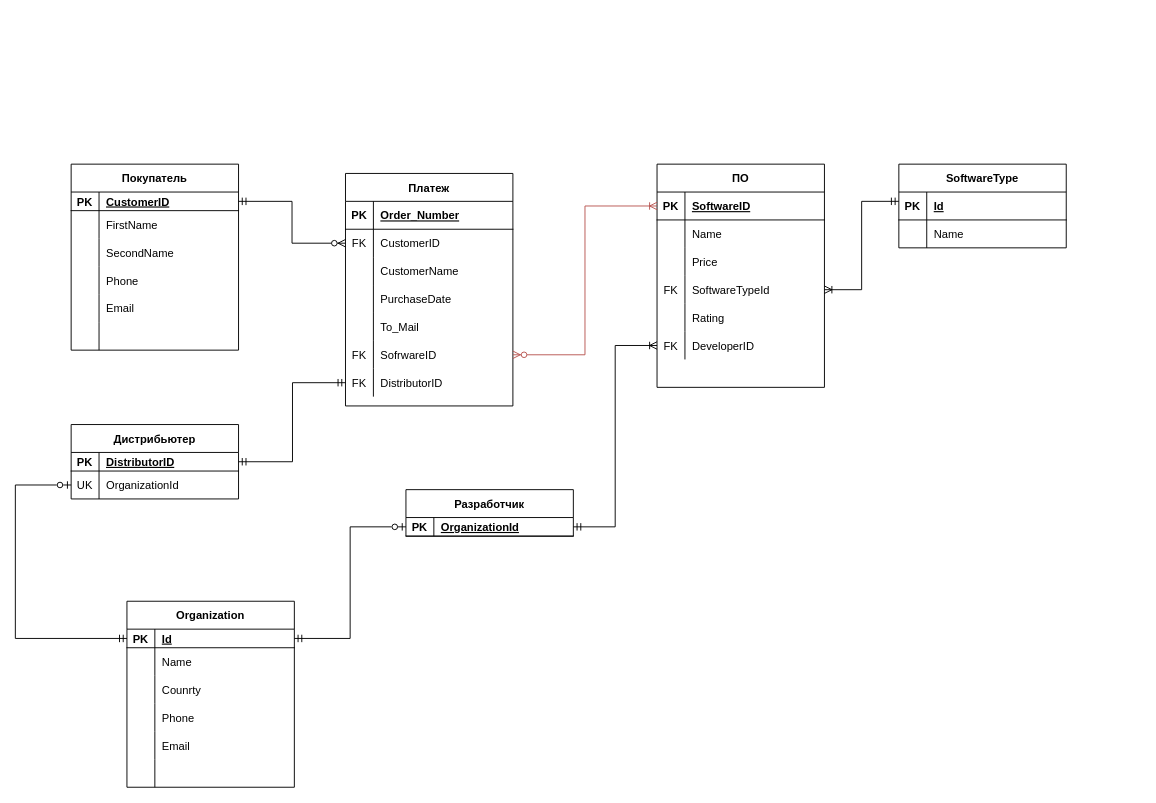
NikitaGusevZ/FirstRepository keeps this draw.io diagram as ER_Diagr.drawio. Above is the earlier version. Source tidied: cells renumbered, new cells numbered last; positions are measured from the earlier drawing's top-left corner, leaving out a move shared by most shapes. Both pictures are drawn from the tidied source at 93%, with x=0, y=0 at pixel (15, 164).
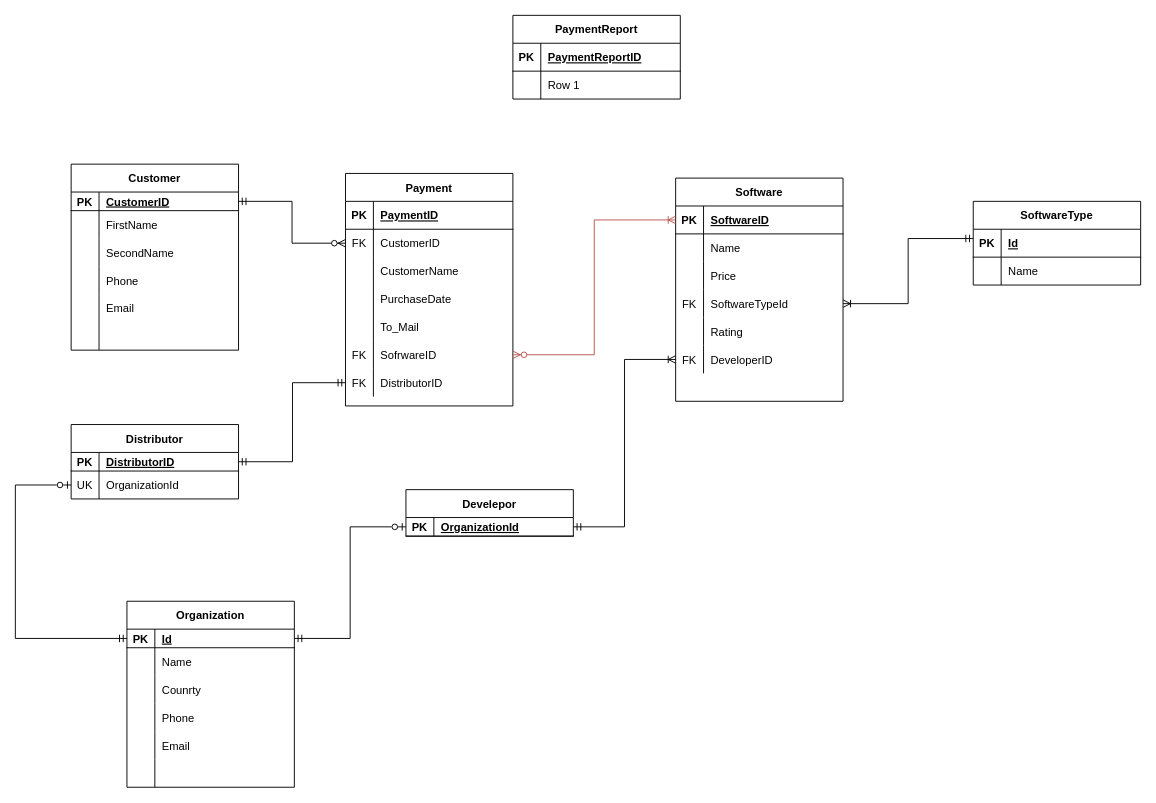
After the change.

Unchanged cells that the change refers to:
```xml
<mxCell id="41" style="shape=partialRectangle;fillColor=none;top=0;left=0;bottom=1;right=0;strokeColor=default;" parent="40" vertex="1">
  <mxGeometry y="30" width="180" height="30" as="geometry" />
</mxCell>
```

The edit, as a diff of the source:
```diff
@@
-    <mxCell id="2" value="Покупатель" style="shape=table;startSize=30;childLayout=tableLayout;rowLines=0;fontStyle=1;align=center;strokeColor=default;" parent="1" vertex="1">
+    <mxCell id="2" value="Customer" style="shape=table;startSize=30;childLayout=tableLayout;rowLines=0;fontStyle=1;align=center;strokeColor=default;" parent="1" vertex="1">
       <mxGeometry x="60" width="180" height="200" as="geometry" />
     </mxCell>
@@
-    <mxCell id="21" value="ПО" style="shape=table;startSize=30;childLayout=tableLayout;rowLines=0;fontStyle=1;align=center;strokeColor=default;" parent="1" vertex="1">
-      <mxGeometry x="690" width="180" height="240" as="geometry" />
+    <mxCell id="21" value="Software" style="shape=table;startSize=30;childLayout=tableLayout;rowLines=0;fontStyle=1;align=center;strokeColor=default;" parent="1" vertex="1">
+      <mxGeometry x="710" y="15" width="180" height="240" as="geometry" />
     </mxCell>
@@
-    <mxCell id="40" value="Платеж" style="shape=table;startSize=30;childLayout=tableLayout;rowLines=0;fontStyle=1;align=center;strokeColor=default;" parent="1" vertex="1">
+    <mxCell id="40" value="Payment" style="shape=table;startSize=30;childLayout=tableLayout;rowLines=0;fontStyle=1;align=center;strokeColor=default;" parent="1" vertex="1">
       <mxGeometry x="355" y="10" width="180" height="250" as="geometry" />
     </mxCell>
@@
-    <mxCell id="43" value="Order_Number" style="shape=partialRectangle;fillColor=none;top=0;left=0;bottom=0;right=0;align=left;spacingLeft=6;fontStyle=5;overflow=hidden;strokeColor=default;" parent="41" vertex="1">
+    <mxCell id="43" value="PaymentID" style="shape=partialRectangle;fillColor=none;top=0;left=0;bottom=0;right=0;align=left;spacingLeft=6;fontStyle=5;overflow=hidden;strokeColor=default;" parent="41" vertex="1">
       <mxGeometry x="30" width="150" height="30" as="geometry" />
     </mxCell>
@@
-    <mxCell id="64" value="Дистрибьютер" style="shape=table;startSize=30;childLayout=tableLayout;rowLines=0;fontStyle=1;align=center;strokeColor=default;" parent="1" vertex="1">
+    <mxCell id="64" value="Distributor" style="shape=table;startSize=30;childLayout=tableLayout;rowLines=0;fontStyle=1;align=center;strokeColor=default;" parent="1" vertex="1">
       <mxGeometry x="60" y="280" width="180" height="80" as="geometry" />
     </mxCell>
@@
-    <mxCell id="72" value="Разработчик" style="shape=table;startSize=30;childLayout=tableLayout;rowLines=0;fontStyle=1;align=center;strokeColor=default;" parent="1" vertex="1">
+    <mxCell id="72" value="Develepor" style="shape=table;startSize=30;childLayout=tableLayout;rowLines=0;fontStyle=1;align=center;strokeColor=default;" parent="1" vertex="1">
       <mxGeometry x="420" y="350" width="180" height="50" as="geometry" />
     </mxCell>
@@
     <mxCell id="77" value="SoftwareType" style="shape=table;startSize=30;childLayout=tableLayout;rowLines=0;fontStyle=1;align=center;strokeColor=default;" parent="1" vertex="1">
-      <mxGeometry x="950" width="180" height="90" as="geometry" />
+      <mxGeometry x="1030" y="40" width="180" height="90" as="geometry" />
     </mxCell>
@@
+    <mxCell id="106" value="PaymentReport" style="shape=table;startSize=30;childLayout=tableLayout;rowLines=0;fontStyle=1;align=center;" parent="1" vertex="1">
+      <mxGeometry x="535" y="-160" width="180" height="90" as="geometry" />
+    </mxCell>
+    <mxCell id="107" style="shape=partialRectangle;fillColor=none;top=0;left=0;bottom=1;right=0;" parent="106" vertex="1">
+      <mxGeometry y="30" width="180" height="30" as="geometry" />
+    </mxCell>
+    <mxCell id="108" value="PK" style="shape=partialRectangle;fillColor=none;top=0;left=0;bottom=0;right=0;fontStyle=1;overflow=hidden;" parent="107" vertex="1">
+      <mxGeometry width="30" height="30" as="geometry" />
+    </mxCell>
+    <mxCell id="109" value="PaymentReportID" style="shape=partialRectangle;fillColor=none;top=0;left=0;bottom=0;right=0;align=left;spacingLeft=6;fontStyle=5;overflow=hidden;" parent="107" vertex="1">
+      <mxGeometry x="30" width="150" height="30" as="geometry" />
+    </mxCell>
+    <mxCell id="110" style="shape=partialRectangle;fillColor=none;top=0;left=0;bottom=0;right=0;" parent="106" vertex="1">
+      <mxGeometry y="60" width="180" height="30" as="geometry" />
+    </mxCell>
+    <mxCell id="111" style="shape=partialRectangle;fillColor=none;top=0;left=0;bottom=0;right=0;overflow=hidden;" parent="110" vertex="1">
+      <mxGeometry width="30" height="30" as="geometry" />
+    </mxCell>
+    <mxCell id="112" value="Row 1" style="shape=partialRectangle;fillColor=none;top=0;left=0;bottom=0;right=0;align=left;spacingLeft=6;overflow=hidden;" parent="110" vertex="1">
+      <mxGeometry x="30" width="150" height="30" as="geometry" />
+    </mxCell>
```
